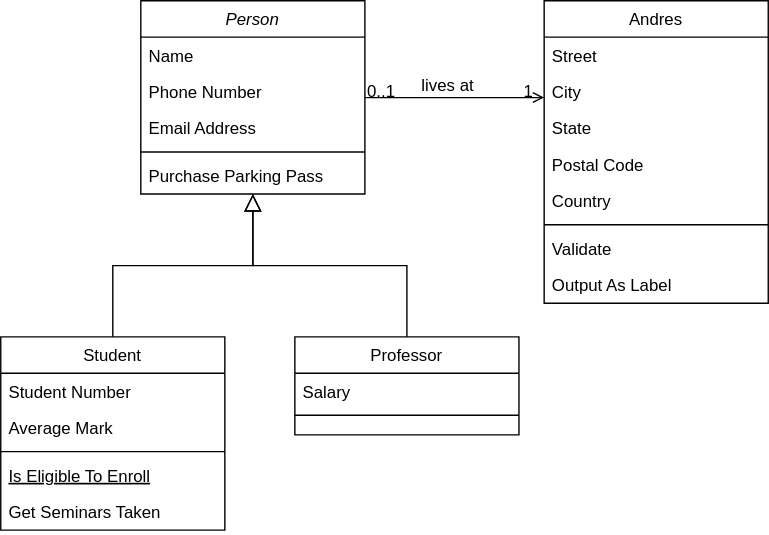
juanyacovino77/Factoria keeps this draw.io diagram as Untitled Diagram.drawio.svg. Above is the earlier version. Source tidied: cells renumbered, new cells last; positions are measured from the earlier drawing's top-left corner, leaving out a move shared by most shapes.
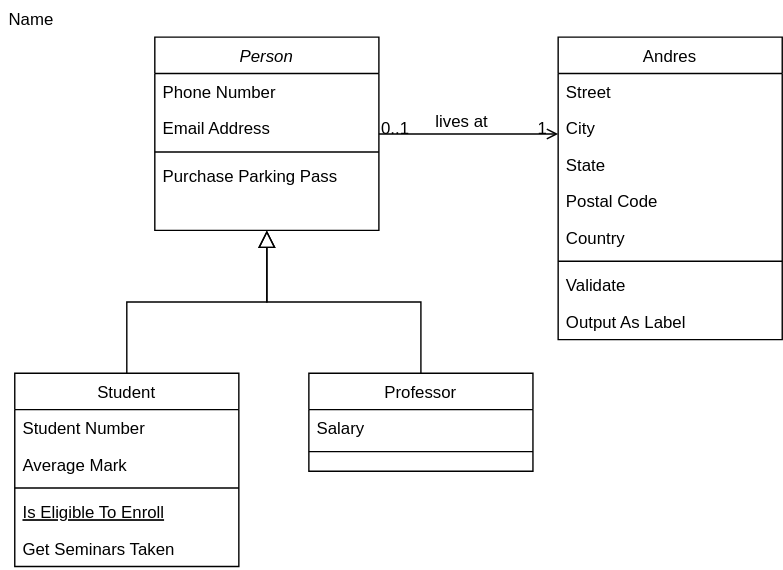
After the change.

The edit, as a diff of the source:
```diff
@@ -5,20 +5,17 @@
     <mxCell id="2" value="Person" style="swimlane;fontStyle=2;align=center;verticalAlign=top;horizontal=1;startSize=26;rounded=0;shadow=0;strokeWidth=1;" parent="1" vertex="1">
       <mxGeometry x="100" width="160" height="138" as="geometry" />
     </mxCell>
-    <mxCell id="3" value="Name" style="text;align=left;verticalAlign=top;spacingLeft=4;spacingRight=4;overflow=hidden;rounded=0;" parent="2" vertex="1">
-      <mxGeometry y="26" width="160" height="26" as="geometry" />
-    </mxCell>
     <mxCell id="4" value="Phone Number" style="text;align=left;verticalAlign=top;spacingLeft=4;spacingRight=4;overflow=hidden;rounded=0;shadow=0;html=0;" parent="2" vertex="1">
-      <mxGeometry y="52" width="160" height="26" as="geometry" />
+      <mxGeometry y="26" width="160" height="26" as="geometry" />
     </mxCell>
     <mxCell id="5" value="Email Address" style="text;align=left;verticalAlign=top;spacingLeft=4;spacingRight=4;overflow=hidden;rounded=0;shadow=0;html=0;" parent="2" vertex="1">
-      <mxGeometry y="78" width="160" height="26" as="geometry" />
+      <mxGeometry y="52" width="160" height="26" as="geometry" />
     </mxCell>
     <mxCell id="6" style="line;html=1;strokeWidth=1;align=left;verticalAlign=middle;spacingTop=-1;spacingLeft=3;spacingRight=3;labelPosition=right;rounded=0;" parent="2" vertex="1">
-      <mxGeometry y="104" width="160" height="8" as="geometry" />
+      <mxGeometry y="78" width="160" height="8" as="geometry" />
     </mxCell>
     <mxCell id="7" value="Purchase Parking Pass" style="text;align=left;verticalAlign=top;spacingLeft=4;spacingRight=4;overflow=hidden;rounded=0;" parent="2" vertex="1">
-      <mxGeometry y="112" width="160" height="26" as="geometry" />
+      <mxGeometry y="86" width="160" height="26" as="geometry" />
     </mxCell>
     <mxCell id="8" value="Student" style="swimlane;fontStyle=0;align=center;verticalAlign=top;horizontal=1;startSize=26;rounded=0;shadow=0;strokeWidth=1;" parent="1" vertex="1">
       <mxGeometry y="240" width="160" height="138" as="geometry" />
@@ -100,5 +97,8 @@
         <mxPoint x="-38" y="40" as="offset" />
       </mxGeometry>
     </mxCell>
+    <mxCell id="3" value="Name" style="text;align=left;verticalAlign=top;spacingLeft=4;spacingRight=4;overflow=hidden;rounded=0;" parent="1" vertex="1">
+      <mxGeometry x="-10" y="-26" width="160" height="26" as="geometry" />
+    </mxCell>
   </root>
 </mxGraphModel>
```
